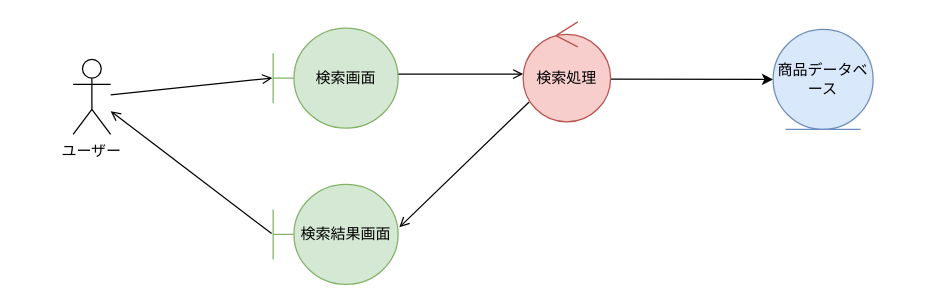
Before: BBshop/analysis_03_serch.drawio in ghbuser12/ohara_uml, a draw.io diagram. Source tidied: cells renumbered, new cells numbered last; positions are measured from the earlier drawing's top-left corner, leaving out a move shared by most shapes. Both pictures are drawn from the tidied source at 125%, with x=0, y=0 at pixel (72, 21).
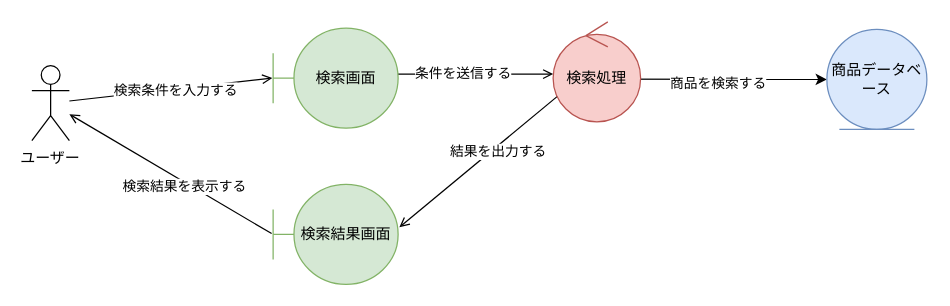
Above is the later version.

Change to the diagram source:
```diff
@@
 <mxGraphModel>
   <root>
     <mxCell id="0" />
     <mxCell id="1" parent="0" />
     <mxCell id="2" value="ユーザー" style="shape=umlActor;verticalLabelPosition=bottom;verticalAlign=top;" parent="1" vertex="1">
-      <mxGeometry y="30" width="30" height="60" as="geometry" />
+      <mxGeometry x="-33" y="35" width="30" height="60" as="geometry" />
     </mxCell>
     <mxCell id="3" style="endArrow=open;entryX=-0.006;entryY=0.499;entryDx=0;entryDy=0;entryPerimeter=0;" parent="1" edge="1" source="2" target="8">
       <mxGeometry relative="1" as="geometry" />
     </mxCell>
+    <mxCell id="12" value="検索条件を入力する" style="edgeLabel;html=1;align=center;verticalAlign=middle;" parent="3" vertex="1">
+      <mxGeometry x="0.04" y="-1" relative="1" as="geometry" />
+    </mxCell>
     <mxCell id="4" style="endArrow=open;exitX=0.985;exitY=0.459;exitDx=0;exitDy=0;exitPerimeter=0;entryX=0.001;entryY=0.522;entryDx=0;entryDy=0;entryPerimeter=0;" parent="1" edge="1" source="8" target="9">
       <mxGeometry relative="1" as="geometry" />
     </mxCell>
+    <mxCell id="13" value="条件を送信する" style="edgeLabel;html=1;align=center;verticalAlign=middle;" parent="4" vertex="1">
+      <mxGeometry x="-0.16" y="1" relative="1" as="geometry" />
+    </mxCell>
     <mxCell id="5" style="endArrow=classic;startArrow=classic;entryX=0;entryY=0.5;entryDx=0;entryDy=0;" parent="1" edge="1" target="10">
       <mxGeometry relative="1" as="geometry">
         <mxPoint x="420" y="45.7" as="sourcePoint" />
       </mxGeometry>
     </mxCell>
+    <mxCell id="14" value="商品を検索する" style="edgeLabel;html=1;align=center;verticalAlign=middle;" parent="5" vertex="1">
+      <mxGeometry x="0.05" y="-3" relative="1" as="geometry" />
+    </mxCell>
-    <mxCell id="6" style="endArrow=open;entryX=1.01;entryY=0.429;entryDx=0;entryDy=0;entryPerimeter=0;" parent="1" edge="1" target="11">
-      <mxGeometry relative="1" as="geometry">
-        <mxPoint x="364.8" y="64.1" as="sourcePoint" />
-      </mxGeometry>
+    <mxCell id="6" style="endArrow=open;entryX=1.01;entryY=0.429;entryDx=0;entryDy=0;entryPerimeter=0;exitX=0.076;exitY=0.725;exitDx=0;exitDy=0;exitPerimeter=0;" parent="1" edge="1" source="9" target="11">
+      <mxGeometry relative="1" as="geometry" />
     </mxCell>
+    <mxCell id="15" value="結果を出力する" style="edgeLabel;html=1;align=center;verticalAlign=middle;" parent="6" vertex="1">
+      <mxGeometry x="-0.2" y="3" relative="1" as="geometry" />
+    </mxCell>
     <mxCell id="7" style="endArrow=open;exitX=-0.012;exitY=0.492;exitDx=0;exitDy=0;exitPerimeter=0;" parent="1" edge="1" source="11" target="2">
       <mxGeometry relative="1" as="geometry" />
     </mxCell>
+    <mxCell id="16" value="検索結果を表示する" style="edgeLabel;html=1;align=center;verticalAlign=middle;" parent="7" vertex="1">
+      <mxGeometry x="-0.15" y="3" relative="1" as="geometry" />
+    </mxCell>
     <mxCell id="8" value="検索画面" style="shape=umlBoundary;whiteSpace=wrap;html=1;fillColor=#d5e8d4;strokeColor=#82b366;" parent="1" vertex="1">
       <mxGeometry x="160" y="5" width="100" height="80" as="geometry" />
     </mxCell>
     <mxCell id="9" value="検索処理" style="ellipse;shape=umlControl;whiteSpace=wrap;html=1;fillColor=#f8cecc;strokeColor=#b85450;" parent="1" vertex="1">
-      <mxGeometry x="360" width="70" height="80" as="geometry" />
+      <mxGeometry x="384" width="70" height="80" as="geometry" />
     </mxCell>
     <mxCell id="10" value="商品データベース" style="ellipse;shape=umlEntity;whiteSpace=wrap;html=1;fillColor=#dae8fc;strokeColor=#6c8ebf;" parent="1" vertex="1">
-      <mxGeometry x="560" y="6" width="80" height="80" as="geometry" />
+      <mxGeometry x="603" y="6" width="80" height="80" as="geometry" />
     </mxCell>
     <mxCell id="11" value="検索結果画面" style="shape=umlBoundary;whiteSpace=wrap;html=1;fillColor=#d5e8d4;strokeColor=#82b366;" parent="1" vertex="1">
       <mxGeometry x="160" y="130" width="100" height="80" as="geometry" />
     </mxCell>
   </root>
 </mxGraphModel>
```
